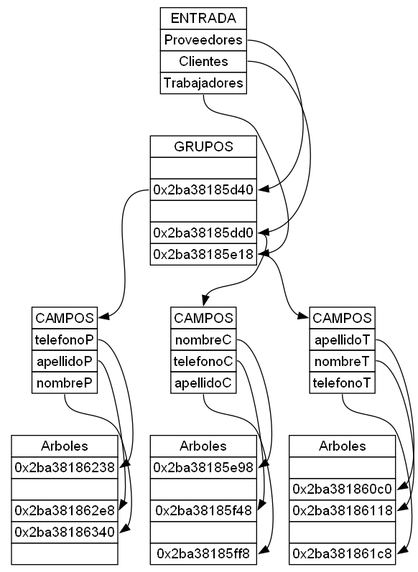
RudyReyes28/SistemaGestionContactos keeps this Graphviz diagram as tablaHash.png. Above is the earlier version. Its source is kept beside it as tablaHash.dot. Its diagram source:
```dot
digraph tablaHash {
node [shape=plaintext, fontname=Arial];
    entrada [label=<
    <TABLE BORDER="0" CELLBORDER="1" CELLSPACING="0">
        <TR><TD PORT="entrada">ENTRADA</TD></TR>
        <TR><TD PORT="Proveedores">Proveedores</TD></TR>
        <TR><TD PORT="Clientes">Clientes</TD></TR>
        <TR><TD PORT="Trabajadores">Trabajadores</TD></TR>
    </TABLE>>];
    valores [label=<
    <TABLE BORDER="0" CELLBORDER="1" CELLSPACING="0">
        <TR><TD PORT="val1">GRUPOS</TD></TR>
        <TR><TD PORT="null0">     </TD></TR>
        <TR><TD PORT="tablac1">0x2ba38185d40</TD></TR>
        <TR><TD PORT="null2">     </TD></TR>
        <TR><TD PORT="tablac3">0x2ba38185dd0</TD></TR>
        <TR><TD PORT="tablac4">0x2ba38185e18</TD></TR>
    </TABLE>>];
entrada:Proveedores -> valores:tablac1;
entrada:Clientes -> valores:tablac3;
entrada:Trabajadores -> valores:tablac4;
    campoProveedores[label=<
    <TABLE BORDER="0" CELLBORDER="1" CELLSPACING="0">
        <TR><TD PORT="campos1">CAMPOS</TD></TR>
        <TR><TD PORT="telefonoP">telefonoP</TD></TR>
        <TR><TD PORT="apellidoP">apellidoP</TD></TR>
        <TR><TD PORT="nombreP">nombreP</TD></TR>
    </TABLE>>];
    arbolProveedores [label=<
    <TABLE BORDER="0" CELLBORDER="1" CELLSPACING="0">
        <TR><TD PORT="arbol">Arboles</TD></TR>
        <TR><TD PORT="arbol0">0x2ba38186238</TD></TR>
        <TR><TD PORT="null1">     </TD></TR>
        <TR><TD PORT="arbol2">0x2ba381862e8</TD></TR>
        <TR><TD PORT="arbol3">0x2ba38186340</TD></TR>
        <TR><TD PORT="null4">     </TD></TR>
    </TABLE>>];
campoProveedores:telefonoP ->arbolProveedores:arbol0;
campoProveedores:apellidoP ->arbolProveedores:arbol2;
campoProveedores:nombreP ->arbolProveedores:arbol3;
    campoClientes[label=<
    <TABLE BORDER="0" CELLBORDER="1" CELLSPACING="0">
        <TR><TD PORT="campos3">CAMPOS</TD></TR>
        <TR><TD PORT="nombreC">nombreC</TD></TR>
        <TR><TD PORT="telefonoC">telefonoC</TD></TR>
        <TR><TD PORT="apellidoC">apellidoC</TD></TR>
    </TABLE>>];
    arbolClientes [label=<
    <TABLE BORDER="0" CELLBORDER="1" CELLSPACING="0">
        <TR><TD PORT="arbol">Arboles</TD></TR>
        <TR><TD PORT="arbol0">0x2ba38185e98</TD></TR>
        <TR><TD PORT="null1">     </TD></TR>
        <TR><TD PORT="arbol2">0x2ba38185f48</TD></TR>
        <TR><TD PORT="null3">     </TD></TR>
        <TR><TD PORT="arbol4">0x2ba38185ff8</TD></TR>
    </TABLE>>];
campoClientes:nombreC ->arbolClientes:arbol0;
campoClientes:telefonoC ->arbolClientes:arbol2;
campoClientes:apellidoC ->arbolClientes:arbol4;
    campoTrabajadores[label=<
    <TABLE BORDER="0" CELLBORDER="1" CELLSPACING="0">
        <TR><TD PORT="campos4">CAMPOS</TD></TR>
        <TR><TD PORT="apellidoT">apellidoT</TD></TR>
        <TR><TD PORT="nombreT">nombreT</TD></TR>
        <TR><TD PORT="telefonoT">telefonoT</TD></TR>
    </TABLE>>];
    arbolTrabajadores [label=<
    <TABLE BORDER="0" CELLBORDER="1" CELLSPACING="0">
        <TR><TD PORT="arbol">Arboles</TD></TR>
        <TR><TD PORT="null0">     </TD></TR>
        <TR><TD PORT="arbol1">0x2ba381860c0</TD></TR>
        <TR><TD PORT="arbol2">0x2ba38186118</TD></TR>
        <TR><TD PORT="null3">     </TD></TR>
        <TR><TD PORT="arbol4">0x2ba381861c8</TD></TR>
    </TABLE>>];
campoTrabajadores:apellidoT ->arbolTrabajadores:arbol1;
campoTrabajadores:nombreT ->arbolTrabajadores:arbol2;
campoTrabajadores:telefonoT ->arbolTrabajadores:arbol4;
valores:tablac1 -> campoProveedores:campos1;
valores:tablac3 -> campoClientes:campos3;
valores:tablac4 -> campoTrabajadores:campos4;
}
```
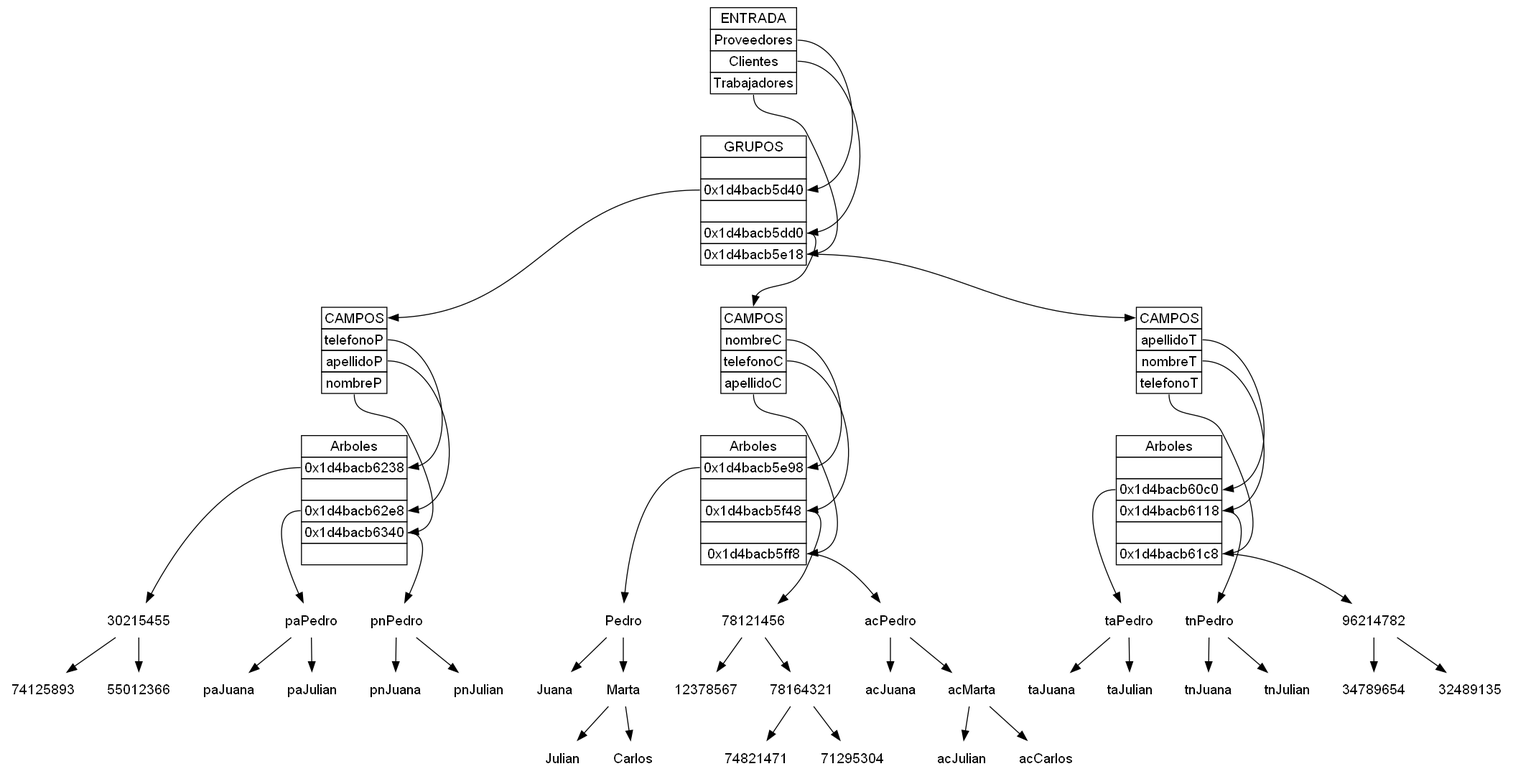
After the change.

Diff of the diagram source:
```diff
@@ -11,10 +11,10 @@
     <TABLE BORDER="0" CELLBORDER="1" CELLSPACING="0">
         <TR><TD PORT="val1">GRUPOS</TD></TR>
         <TR><TD PORT="null0">     </TD></TR>
-        <TR><TD PORT="tablac1">0x2ba38185d40</TD></TR>
+        <TR><TD PORT="tablac1">0x1d4bacb5d40</TD></TR>
         <TR><TD PORT="null2">     </TD></TR>
-        <TR><TD PORT="tablac3">0x2ba38185dd0</TD></TR>
-        <TR><TD PORT="tablac4">0x2ba38185e18</TD></TR>
+        <TR><TD PORT="tablac3">0x1d4bacb5dd0</TD></TR>
+        <TR><TD PORT="tablac4">0x1d4bacb5e18</TD></TR>
     </TABLE>>];
 entrada:Proveedores -> valores:tablac1;
 entrada:Clientes -> valores:tablac3;
@@ -29,15 +29,33 @@
     arbolProveedores [label=<
     <TABLE BORDER="0" CELLBORDER="1" CELLSPACING="0">
         <TR><TD PORT="arbol">Arboles</TD></TR>
-        <TR><TD PORT="arbol0">0x2ba38186238</TD></TR>
+        <TR><TD PORT="arbol0">0x1d4bacb6238</TD></TR>
         <TR><TD PORT="null1">     </TD></TR>
-        <TR><TD PORT="arbol2">0x2ba381862e8</TD></TR>
-        <TR><TD PORT="arbol3">0x2ba38186340</TD></TR>
+        <TR><TD PORT="arbol2">0x1d4bacb62e8</TD></TR>
+        <TR><TD PORT="arbol3">0x1d4bacb6340</TD></TR>
         <TR><TD PORT="null4">     </TD></TR>
     </TABLE>>];
 campoProveedores:telefonoP ->arbolProveedores:arbol0;
 campoProveedores:apellidoP ->arbolProveedores:arbol2;
 campoProveedores:nombreP ->arbolProveedores:arbol3;
+arbolProveedores:arbol0 ->30215455;
+30215455;
+30215455 -> 74125893;
+74125893;
+30215455 -> 55012366;
+55012366;
+arbolProveedores:arbol2 ->paPedro;
+paPedro;
+paPedro -> paJuana;
+paJuana;
+paPedro -> paJulian;
+paJulian;
+arbolProveedores:arbol3 ->pnPedro;
+pnPedro;
+pnPedro -> pnJuana;
+pnJuana;
+pnPedro -> pnJulian;
+pnJulian;
     campoClientes[label=<
     <TABLE BORDER="0" CELLBORDER="1" CELLSPACING="0">
         <TR><TD PORT="campos3">CAMPOS</TD></TR>
@@ -48,15 +66,45 @@
     arbolClientes [label=<
     <TABLE BORDER="0" CELLBORDER="1" CELLSPACING="0">
         <TR><TD PORT="arbol">Arboles</TD></TR>
-        <TR><TD PORT="arbol0">0x2ba38185e98</TD></TR>
+        <TR><TD PORT="arbol0">0x1d4bacb5e98</TD></TR>
         <TR><TD PORT="null1">     </TD></TR>
-        <TR><TD PORT="arbol2">0x2ba38185f48</TD></TR>
+        <TR><TD PORT="arbol2">0x1d4bacb5f48</TD></TR>
         <TR><TD PORT="null3">     </TD></TR>
-        <TR><TD PORT="arbol4">0x2ba38185ff8</TD></TR>
+        <TR><TD PORT="arbol4">0x1d4bacb5ff8</TD></TR>
     </TABLE>>];
 campoClientes:nombreC ->arbolClientes:arbol0;
 campoClientes:telefonoC ->arbolClientes:arbol2;
 campoClientes:apellidoC ->arbolClientes:arbol4;
+arbolClientes:arbol0 ->Pedro;
+Pedro;
+Pedro -> Juana;
+Juana;
+Pedro -> Marta;
+Marta;
+Marta -> Julian;
+Julian;
+Marta -> Carlos;
+Carlos;
+arbolClientes:arbol2 ->78121456;
+78121456;
+78121456 -> 12378567;
+12378567;
+78121456 -> 78164321;
+78164321;
+78164321 -> 74821471;
+74821471;
+78164321 -> 71295304;
+71295304;
+arbolClientes:arbol4 ->acPedro;
+acPedro;
+acPedro -> acJuana;
+acJuana;
+acPedro -> acMarta;
+acMarta;
+acMarta -> acJulian;
+acJulian;
+acMarta -> acCarlos;
+acCarlos;
     campoTrabajadores[label=<
     <TABLE BORDER="0" CELLBORDER="1" CELLSPACING="0">
         <TR><TD PORT="campos4">CAMPOS</TD></TR>
@@ -68,14 +116,32 @@
     <TABLE BORDER="0" CELLBORDER="1" CELLSPACING="0">
         <TR><TD PORT="arbol">Arboles</TD></TR>
         <TR><TD PORT="null0">     </TD></TR>
-        <TR><TD PORT="arbol1">0x2ba381860c0</TD></TR>
-        <TR><TD PORT="arbol2">0x2ba38186118</TD></TR>
+        <TR><TD PORT="arbol1">0x1d4bacb60c0</TD></TR>
+        <TR><TD PORT="arbol2">0x1d4bacb6118</TD></TR>
         <TR><TD PORT="null3">     </TD></TR>
-        <TR><TD PORT="arbol4">0x2ba381861c8</TD></TR>
+        <TR><TD PORT="arbol4">0x1d4bacb61c8</TD></TR>
     </TABLE>>];
 campoTrabajadores:apellidoT ->arbolTrabajadores:arbol1;
 campoTrabajadores:nombreT ->arbolTrabajadores:arbol2;
 campoTrabajadores:telefonoT ->arbolTrabajadores:arbol4;
+arbolTrabajadores:arbol1 ->taPedro;
+taPedro;
+taPedro -> taJuana;
+taJuana;
+taPedro -> taJulian;
+taJulian;
+arbolTrabajadores:arbol2 ->tnPedro;
+tnPedro;
+tnPedro -> tnJuana;
+tnJuana;
+tnPedro -> tnJulian;
+tnJulian;
+arbolTrabajadores:arbol4 ->96214782;
+96214782;
+96214782 -> 34789654;
+34789654;
+96214782 -> 32489135;
+32489135;
 valores:tablac1 -> campoProveedores:campos1;
 valores:tablac3 -> campoClientes:campos3;
 valores:tablac4 -> campoTrabajadores:campos4;
```
